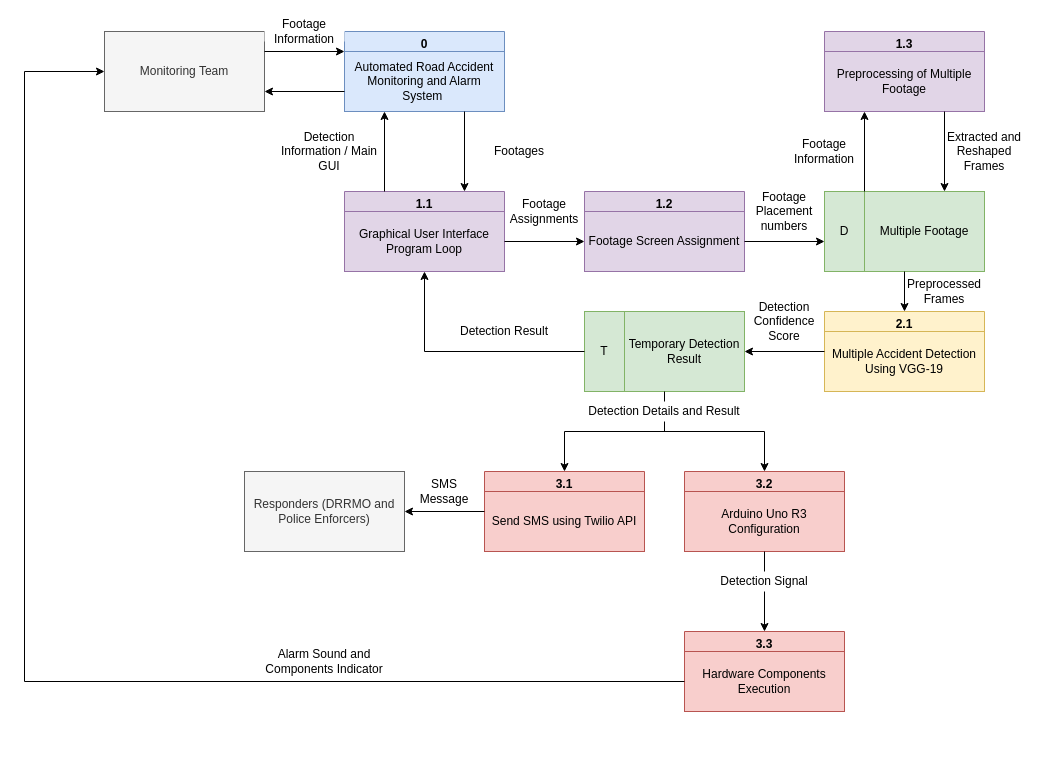
Before: page "level 1 - Des Opt 1 Chapt 3" (2 of 5) of DrawIO/dfd.drawio in russellcaragay/PD-Files, a draw.io diagram. Source tidied: cells renumbered, new cells numbered last; positions are measured from the earlier drawing's top-left corner, leaving out a move shared by most shapes. Both pictures are drawn from the tidied source at 100%, with x=0, y=0 at pixel (24, 21).
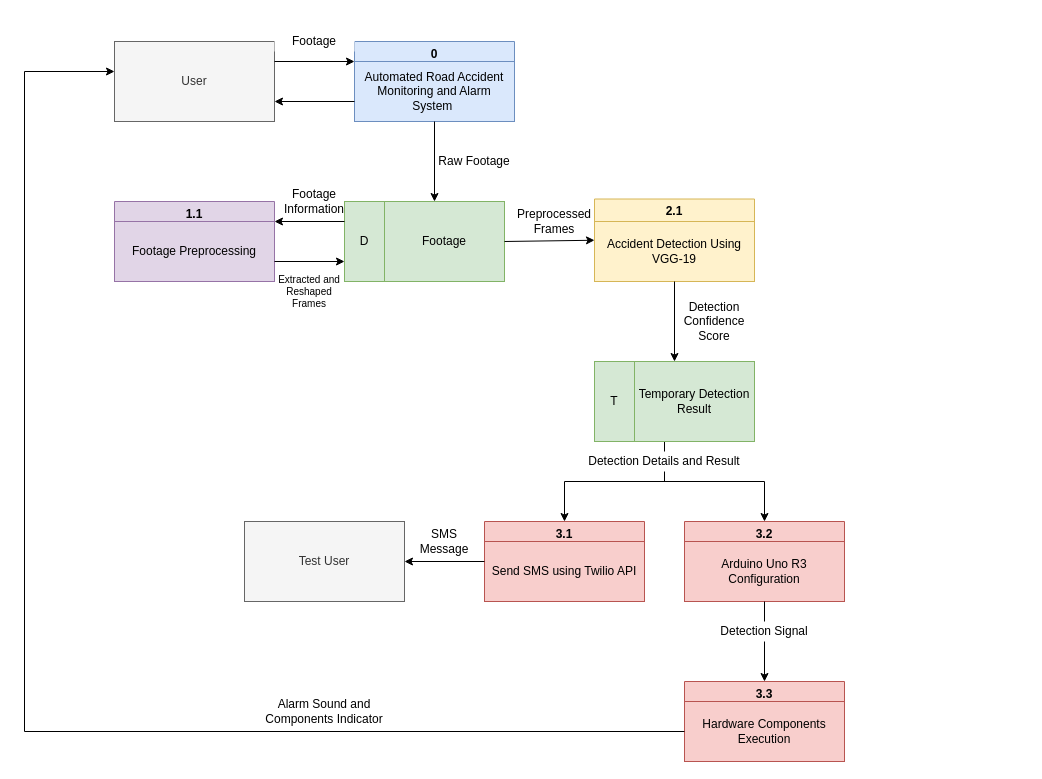
The same diagram, later.

Unchanged cells that the change refers to:
```xml
<mxCell id="15" value="Hardware Components Execution" style="text;html=1;strokeColor=#b85450;fillColor=#f8cecc;align=center;verticalAlign=middle;whiteSpace=wrap;rounded=0;" parent="14" vertex="1">
  <mxGeometry y="20" width="160" height="60" as="geometry" />
</mxCell>
```

What changed in the source:
```diff
@@
-    <mxCell id="2" value="1.1" style="swimlane;fillColor=#e1d5e7;strokeColor=#9673a6;" parent="1" vertex="1">
-      <mxGeometry x="320" y="170" width="160" height="80" as="geometry" />
-    </mxCell>
-    <mxCell id="3" value="Graphical User Interface Program Loop" style="text;html=1;strokeColor=#9673a6;fillColor=#e1d5e7;align=center;verticalAlign=middle;whiteSpace=wrap;rounded=0;" parent="2" vertex="1">
-      <mxGeometry y="20" width="160" height="60" as="geometry" />
-    </mxCell>
-    <mxCell id="4" value="1.2" style="swimlane;fillColor=#e1d5e7;strokeColor=#9673a6;" parent="1" vertex="1">
-      <mxGeometry x="560" y="170" width="160" height="80" as="geometry" />
-    </mxCell>
-    <mxCell id="5" value="Footage Screen Assignment" style="text;html=1;strokeColor=#9673a6;fillColor=#e1d5e7;align=center;verticalAlign=middle;whiteSpace=wrap;rounded=0;" parent="4" vertex="1">
-      <mxGeometry y="20" width="160" height="60" as="geometry" />
-    </mxCell>
-    <mxCell id="6" value="1.3" style="swimlane;fillColor=#e1d5e7;strokeColor=#9673a6;" parent="1" vertex="1">
-      <mxGeometry x="800" y="10" width="160" height="80" as="geometry" />
-    </mxCell>
-    <mxCell id="7" value="Preprocessing of Multiple Footage" style="text;html=1;strokeColor=#9673a6;fillColor=#e1d5e7;align=center;verticalAlign=middle;whiteSpace=wrap;rounded=0;" parent="6" vertex="1">
-      <mxGeometry y="20" width="160" height="60" as="geometry" />
-    </mxCell>
-    <mxCell id="8" value="2.1" style="swimlane;fillColor=#fff2cc;strokeColor=#d6b656;" parent="1" vertex="1">
-      <mxGeometry x="800" y="290" width="160" height="80" as="geometry" />
-    </mxCell>
-    <mxCell id="9" value="Multiple Accident Detection Using VGG-19" style="text;html=1;strokeColor=#d6b656;fillColor=#fff2cc;align=center;verticalAlign=middle;whiteSpace=wrap;rounded=0;" parent="8" vertex="1">
-      <mxGeometry y="20" width="160" height="60" as="geometry" />
-    </mxCell>
     <mxCell id="10" value="3.1" style="swimlane;fillColor=#f8cecc;strokeColor=#b85450;" parent="1" vertex="1">
-      <mxGeometry x="460" y="450" width="160" height="80" as="geometry" />
+      <mxGeometry x="460" y="500" width="160" height="80" as="geometry" />
     </mxCell>
@@
     <mxCell id="12" value="3.2" style="swimlane;fillColor=#f8cecc;strokeColor=#b85450;" parent="1" vertex="1">
-      <mxGeometry x="660" y="450" width="160" height="80" as="geometry" />
+      <mxGeometry x="660" y="500" width="160" height="80" as="geometry" />
     </mxCell>
@@
     <mxCell id="14" value="3.3" style="swimlane;fillColor=#f8cecc;strokeColor=#b85450;" parent="1" vertex="1">
-      <mxGeometry x="660" y="610" width="160" height="80" as="geometry" />
+      <mxGeometry x="660" y="660" width="160" height="80" as="geometry" />
     </mxCell>
@@
-    <mxCell id="16" value="Footage Assignments" style="text;html=1;strokeColor=none;fillColor=none;align=center;verticalAlign=middle;whiteSpace=wrap;rounded=0;" parent="1" vertex="1">
-      <mxGeometry x="480" y="180" width="80" height="20" as="geometry" />
-    </mxCell>
-    <mxCell id="17" style="endArrow=classic;html=1;entryX=0;entryY=0.5;entryDx=0;entryDy=0;exitX=1;exitY=0.5;exitDx=0;exitDy=0;" parent="1" edge="1" source="3" target="5">
-      <mxGeometry relative="1" as="geometry" />
-    </mxCell>
-    <mxCell id="18" value="Monitoring Team" style="rounded=0;whiteSpace=wrap;html=1;fillColor=#f5f5f5;strokeColor=#666666;fontColor=#333333;" parent="1" vertex="1">
-      <mxGeometry x="80" y="10" width="160" height="80" as="geometry" />
-    </mxCell>
-    <mxCell id="19" value="Footages" style="text;html=1;strokeColor=none;align=center;verticalAlign=middle;whiteSpace=wrap;rounded=0;fillColor=#ffffff;" parent="1" vertex="1">
-      <mxGeometry x="450" y="120" width="90" height="20" as="geometry" />
-    </mxCell>
-    <mxCell id="20" value="Detection Information / Main GUI" style="text;html=1;strokeColor=none;align=center;verticalAlign=middle;whiteSpace=wrap;rounded=0;fillColor=#ffffff;" parent="1" vertex="1">
-      <mxGeometry x="250" y="120" width="110" height="20" as="geometry" />
-    </mxCell>
-    <mxCell id="21" style="rounded=0;whiteSpace=wrap;html=1;" parent="1" vertex="1">
-      <mxGeometry x="800" y="170" width="160" height="80" as="geometry" />
-    </mxCell>
-    <mxCell id="22" style="endArrow=none;html=1;entryX=0.25;entryY=0;entryDx=0;entryDy=0;exitX=0.25;exitY=1;exitDx=0;exitDy=0;" parent="1" edge="1" source="21" target="21">
-      <mxGeometry relative="1" as="geometry" />
-    </mxCell>
-    <mxCell id="23" value="Multiple Footage" style="text;html=1;strokeColor=#82b366;fillColor=#d5e8d4;align=center;verticalAlign=middle;whiteSpace=wrap;rounded=0;" parent="1" vertex="1">
-      <mxGeometry x="840" y="170" width="120" height="80" as="geometry" />
-    </mxCell>
-    <mxCell id="24" value="D" style="text;html=1;strokeColor=#82b366;fillColor=#d5e8d4;align=center;verticalAlign=middle;whiteSpace=wrap;rounded=0;" parent="1" vertex="1">
-      <mxGeometry x="800" y="170" width="40" height="80" as="geometry" />
-    </mxCell>
-    <mxCell id="25" value="Footage Placement numbers" style="text;html=1;strokeColor=none;fillColor=none;align=center;verticalAlign=middle;whiteSpace=wrap;rounded=0;" parent="1" vertex="1">
-      <mxGeometry x="720" y="180" width="80" height="20" as="geometry" />
-    </mxCell>
-    <mxCell id="26" style="endArrow=classic;html=1;entryX=0;entryY=0.5;entryDx=0;entryDy=0;exitX=1;exitY=0.5;exitDx=0;exitDy=0;" parent="1" edge="1">
-      <mxGeometry relative="1" as="geometry">
-        <mxPoint x="720" y="220" as="sourcePoint" />
-        <mxPoint x="800" y="220" as="targetPoint" />
-      </mxGeometry>
-    </mxCell>
-    <mxCell id="27" style="endArrow=classic;html=1;entryX=0.25;entryY=1;entryDx=0;entryDy=0;exitX=0.25;exitY=0;exitDx=0;exitDy=0;" parent="1" edge="1" source="21" target="6">
-      <mxGeometry relative="1" as="geometry" />
-    </mxCell>
-    <mxCell id="28" style="endArrow=classic;html=1;exitX=0.75;exitY=1;exitDx=0;exitDy=0;entryX=0.75;entryY=0;entryDx=0;entryDy=0;" parent="1" edge="1" source="6" target="21">
-      <mxGeometry relative="1" as="geometry" />
-    </mxCell>
-    <mxCell id="29" value="Footage Information" style="text;html=1;strokeColor=none;fillColor=none;align=center;verticalAlign=middle;whiteSpace=wrap;rounded=0;" parent="1" vertex="1">
-      <mxGeometry x="760" y="120" width="80" height="20" as="geometry" />
-    </mxCell>
-    <mxCell id="30" style="endArrow=classic;html=1;entryX=0.5;entryY=0;entryDx=0;entryDy=0;exitX=0.5;exitY=1;exitDx=0;exitDy=0;" parent="1" edge="1" source="21" target="8">
-      <mxGeometry relative="1" as="geometry" />
-    </mxCell>
-    <mxCell id="31" value="Preprocessed Frames" style="text;html=1;strokeColor=none;fillColor=none;align=center;verticalAlign=middle;whiteSpace=wrap;rounded=0;" parent="1" vertex="1">
-      <mxGeometry x="880" y="260" width="80" height="20" as="geometry" />
-    </mxCell>
-    <mxCell id="32" value="Extracted and Reshaped Frames" style="text;html=1;strokeColor=none;fillColor=none;align=center;verticalAlign=middle;whiteSpace=wrap;rounded=0;" parent="1" vertex="1">
-      <mxGeometry x="920" y="120" width="80" height="20" as="geometry" />
-    </mxCell>
-    <mxCell id="33" style="rounded=0;whiteSpace=wrap;html=1;" parent="1" vertex="1">
-      <mxGeometry x="560" y="290" width="160" height="80" as="geometry" />
-    </mxCell>
-    <mxCell id="34" style="endArrow=none;html=1;entryX=0.25;entryY=0;entryDx=0;entryDy=0;exitX=0.25;exitY=1;exitDx=0;exitDy=0;" parent="1" edge="1" source="33" target="33">
-      <mxGeometry relative="1" as="geometry" />
-    </mxCell>
-    <mxCell id="35" value="Temporary Detection Result" style="text;html=1;strokeColor=#82b366;fillColor=#d5e8d4;align=center;verticalAlign=middle;whiteSpace=wrap;rounded=0;" parent="1" vertex="1">
-      <mxGeometry x="600" y="290" width="120" height="80" as="geometry" />
-    </mxCell>
-    <mxCell id="36" value="T" style="text;html=1;strokeColor=#82b366;fillColor=#d5e8d4;align=center;verticalAlign=middle;whiteSpace=wrap;rounded=0;" parent="1" vertex="1">
-      <mxGeometry x="560" y="290" width="40" height="80" as="geometry" />
-    </mxCell>
-    <mxCell id="37" style="endArrow=classic;html=1;entryX=1;entryY=0.5;entryDx=0;entryDy=0;exitX=0;exitY=0.5;exitDx=0;exitDy=0;" parent="1" edge="1" source="8" target="35">
-      <mxGeometry relative="1" as="geometry" />
-    </mxCell>
-    <mxCell id="38" value="Detection Confidence Score" style="text;html=1;strokeColor=none;fillColor=none;align=center;verticalAlign=middle;whiteSpace=wrap;rounded=0;" parent="1" vertex="1">
-      <mxGeometry x="720" y="290" width="80" height="20" as="geometry" />
-    </mxCell>
-    <mxCell id="39" style="endArrow=classic;html=1;entryX=0.5;entryY=1;entryDx=0;entryDy=0;exitX=0;exitY=0.5;exitDx=0;exitDy=0;rounded=0;" parent="1" edge="1" source="36" target="2">
-      <mxGeometry relative="1" as="geometry">
-        <Array as="points">
-          <mxPoint x="400" y="330" />
-        </Array>
-      </mxGeometry>
-    </mxCell>
-    <mxCell id="40" value="Detection Result" style="text;html=1;strokeColor=none;fillColor=none;align=center;verticalAlign=middle;whiteSpace=wrap;rounded=0;" parent="1" vertex="1">
-      <mxGeometry x="400" y="300" width="160" height="20" as="geometry" />
-    </mxCell>
-    <mxCell id="41" style="endArrow=none;html=1;entryX=0.5;entryY=1;entryDx=0;entryDy=0;" parent="1" edge="1" target="33">
+    <mxCell id="41" style="endArrow=none;html=1;entryX=0.5;entryY=1;entryDx=0;entryDy=0;" parent="1" edge="1">
       <mxGeometry relative="1" as="geometry">
-        <mxPoint x="640" y="410" as="sourcePoint" />
+        <mxPoint x="640" y="460" as="sourcePoint" />
+        <mxPoint x="640" y="420" as="targetPoint" />
       </mxGeometry>
     </mxCell>
     <mxCell id="42" style="endArrow=none;html=1;" parent="1" edge="1">
       <mxGeometry relative="1" as="geometry">
-        <mxPoint x="540" y="410" as="sourcePoint" />
-        <mxPoint x="740" y="410" as="targetPoint" />
+        <mxPoint x="540" y="460" as="sourcePoint" />
+        <mxPoint x="740" y="460" as="targetPoint" />
       </mxGeometry>
     </mxCell>
     <mxCell id="43" style="endArrow=classic;html=1;entryX=0.5;entryY=0;entryDx=0;entryDy=0;" parent="1" edge="1" target="12">
       <mxGeometry relative="1" as="geometry">
-        <mxPoint x="740" y="410" as="sourcePoint" />
+        <mxPoint x="740" y="460" as="sourcePoint" />
       </mxGeometry>
     </mxCell>
     <mxCell id="44" style="endArrow=classic;html=1;entryX=0.5;entryY=0;entryDx=0;entryDy=0;" parent="1" edge="1" target="10">
       <mxGeometry relative="1" as="geometry">
-        <mxPoint x="540" y="410" as="sourcePoint" />
+        <mxPoint x="540" y="460" as="sourcePoint" />
       </mxGeometry>
     </mxCell>
-    <mxCell id="45" style="endArrow=classic;html=1;entryX=0;entryY=0.5;entryDx=0;entryDy=0;exitX=0;exitY=0.5;exitDx=0;exitDy=0;rounded=0;" parent="1" edge="1" source="15" target="18">
+    <mxCell id="45" style="endArrow=classic;html=1;entryX=0;entryY=0.375;entryDx=0;entryDy=0;exitX=0;exitY=0.5;exitDx=0;exitDy=0;rounded=0;entryPerimeter=0;" parent="1" edge="1" source="15" target="63">
       <mxGeometry relative="1" as="geometry">
         <Array as="points">
-          <mxPoint y="660" />
+          <mxPoint y="710" />
           <mxPoint y="50" />
         </Array>
       </mxGeometry>
     </mxCell>
-    <mxCell id="46" value="0" style="swimlane;fillColor=#dae8fc;strokeColor=#6c8ebf;" parent="1" vertex="1">
-      <mxGeometry x="320" y="10" width="160" height="80" as="geometry" />
-    </mxCell>
-    <mxCell id="47" value="Automated Road Accident Monitoring and Alarm System&amp;nbsp;" style="text;html=1;strokeColor=#6c8ebf;fillColor=#dae8fc;align=center;verticalAlign=middle;whiteSpace=wrap;rounded=0;" parent="46" vertex="1">
-      <mxGeometry y="20" width="160" height="60" as="geometry" />
-    </mxCell>
-    <mxCell id="48" style="endArrow=classic;html=1;entryX=0.25;entryY=1;entryDx=0;entryDy=0;exitX=0.25;exitY=0;exitDx=0;exitDy=0;" parent="1" edge="1" source="2" target="46">
-      <mxGeometry relative="1" as="geometry" />
-    </mxCell>
-    <mxCell id="49" style="endArrow=classic;html=1;exitX=0.75;exitY=1;exitDx=0;exitDy=0;entryX=0.75;entryY=0;entryDx=0;entryDy=0;" parent="1" edge="1" source="46" target="2">
-      <mxGeometry relative="1" as="geometry" />
-    </mxCell>
-    <mxCell id="50" style="endArrow=classic;html=1;exitX=1;exitY=0.25;exitDx=0;exitDy=0;entryX=0;entryY=0;entryDx=0;entryDy=0;" parent="1" edge="1" source="18" target="47">
-      <mxGeometry relative="1" as="geometry" />
-    </mxCell>
-    <mxCell id="51" style="endArrow=classic;html=1;entryX=1;entryY=0.75;entryDx=0;entryDy=0;exitX=0;exitY=0.75;exitDx=0;exitDy=0;" parent="1" edge="1" source="46" target="18">
-      <mxGeometry relative="1" as="geometry" />
-    </mxCell>
-    <mxCell id="52" value="Footage Information" style="text;html=1;strokeColor=none;align=center;verticalAlign=middle;whiteSpace=wrap;rounded=0;fillColor=#ffffff;" parent="1" vertex="1">
-      <mxGeometry x="240" width="80" height="20" as="geometry" />
-    </mxCell>
@@
-    <mxCell id="54" value="Responders (DRRMO and Police Enforcers)" style="rounded=0;whiteSpace=wrap;html=1;fillColor=#f5f5f5;strokeColor=#666666;fontColor=#333333;" parent="1" vertex="1">
-      <mxGeometry x="220" y="450" width="160" height="80" as="geometry" />
+    <mxCell id="54" value="Test User" style="rounded=0;whiteSpace=wrap;html=1;fillColor=#f5f5f5;strokeColor=#666666;fontColor=#333333;" parent="1" vertex="1">
+      <mxGeometry x="220" y="500" width="160" height="80" as="geometry" />
     </mxCell>
@@
     <mxCell id="56" value="Detection Details and Result" style="text;html=1;strokeColor=none;align=center;verticalAlign=middle;whiteSpace=wrap;rounded=0;fillColor=#ffffff;" parent="1" vertex="1">
-      <mxGeometry x="560" y="380" width="160" height="20" as="geometry" />
+      <mxGeometry x="560" y="430" width="160" height="20" as="geometry" />
     </mxCell>
     <mxCell id="57" value="Detection Signal" style="text;html=1;strokeColor=none;align=center;verticalAlign=middle;whiteSpace=wrap;rounded=0;fillColor=#ffffff;" parent="1" vertex="1">
-      <mxGeometry x="680" y="550" width="120" height="20" as="geometry" />
+      <mxGeometry x="680" y="600" width="120" height="20" as="geometry" />
     </mxCell>
     <mxCell id="58" value="SMS Message" style="text;html=1;strokeColor=none;fillColor=none;align=center;verticalAlign=middle;whiteSpace=wrap;rounded=0;" parent="1" vertex="1">
-      <mxGeometry x="380" y="460" width="80" height="20" as="geometry" />
+      <mxGeometry x="380" y="510" width="80" height="20" as="geometry" />
     </mxCell>
     <mxCell id="59" value="Alarm Sound and Components Indicator" style="text;html=1;strokeColor=none;align=center;verticalAlign=middle;whiteSpace=wrap;rounded=0;fillColor=#ffffff;" parent="1" vertex="1">
-      <mxGeometry x="220" y="630" width="160" height="20" as="geometry" />
+      <mxGeometry x="220" y="680" width="160" height="20" as="geometry" />
     </mxCell>
+    <mxCell id="2" value="1.1" style="swimlane;fillColor=#e1d5e7;strokeColor=#9673a6;" parent="1" vertex="1">
+      <mxGeometry x="90" y="180" width="160" height="80" as="geometry" />
+    </mxCell>
+    <mxCell id="60" value="Footage Preprocessing" style="text;html=1;strokeColor=#9673a6;fillColor=#e1d5e7;align=center;verticalAlign=middle;whiteSpace=wrap;rounded=0;" parent="2" vertex="1">
+      <mxGeometry y="20" width="160" height="60" as="geometry" />
+    </mxCell>
+    <mxCell id="8" value="2.1" style="swimlane;fillColor=#fff2cc;strokeColor=#d6b656;" parent="1" vertex="1">
+      <mxGeometry x="570" y="177.5" width="160" height="82.5" as="geometry" />
+    </mxCell>
+    <mxCell id="61" value="Accident Detection Using VGG-19" style="text;html=1;strokeColor=#d6b656;fillColor=#fff2cc;align=center;verticalAlign=middle;whiteSpace=wrap;rounded=0;" parent="8" vertex="1">
+      <mxGeometry y="22.5" width="160" height="60" as="geometry" />
+    </mxCell>
+    <mxCell id="62" value="Raw Footage" style="text;html=1;strokeColor=none;fillColor=none;align=center;verticalAlign=middle;whiteSpace=wrap;rounded=0;" parent="1" vertex="1">
+      <mxGeometry x="410" y="130" width="80" height="20" as="geometry" />
+    </mxCell>
+    <mxCell id="63" value="User" style="rounded=0;whiteSpace=wrap;html=1;fillColor=#f5f5f5;strokeColor=#666666;fontColor=#333333;" parent="1" vertex="1">
+      <mxGeometry x="90" y="20" width="160" height="80" as="geometry" />
+    </mxCell>
+    <mxCell id="64" style="rounded=0;whiteSpace=wrap;html=1;" parent="1" vertex="1">
+      <mxGeometry x="320" y="180" width="160" height="80" as="geometry" />
+    </mxCell>
+    <mxCell id="65" style="endArrow=none;html=1;entryX=0.25;entryY=0;entryDx=0;entryDy=0;exitX=0.25;exitY=1;exitDx=0;exitDy=0;" parent="1" edge="1" source="64" target="64">
+      <mxGeometry relative="1" as="geometry" />
+    </mxCell>
+    <mxCell id="66" value="Footage" style="text;html=1;strokeColor=#82b366;fillColor=#d5e8d4;align=center;verticalAlign=middle;whiteSpace=wrap;rounded=0;" parent="1" vertex="1">
+      <mxGeometry x="360" y="180" width="120" height="80" as="geometry" />
+    </mxCell>
+    <mxCell id="24" value="D" style="text;html=1;strokeColor=#82b366;fillColor=#d5e8d4;align=center;verticalAlign=middle;whiteSpace=wrap;rounded=0;" parent="1" vertex="1">
+      <mxGeometry x="320" y="180" width="40" height="80" as="geometry" />
+    </mxCell>
+    <mxCell id="29" value="Footage Information" style="text;html=1;strokeColor=none;fillColor=none;align=center;verticalAlign=middle;whiteSpace=wrap;rounded=0;" parent="1" vertex="1">
+      <mxGeometry x="250" y="170" width="80" height="20" as="geometry" />
+    </mxCell>
+    <mxCell id="31" value="Preprocessed Frames" style="text;html=1;strokeColor=none;fillColor=none;align=center;verticalAlign=middle;whiteSpace=wrap;rounded=0;" parent="1" vertex="1">
+      <mxGeometry x="490" y="190" width="80" height="20" as="geometry" />
+    </mxCell>
+    <mxCell id="32" value="Extracted and Reshaped Frames" style="text;html=1;strokeColor=none;fillColor=none;align=center;verticalAlign=middle;whiteSpace=wrap;rounded=0;fontSize=10;" parent="1" vertex="1">
+      <mxGeometry x="250" y="250" width="70" height="40" as="geometry" />
+    </mxCell>
+    <mxCell id="67" style="rounded=0;whiteSpace=wrap;html=1;" parent="1" vertex="1">
+      <mxGeometry x="570" y="340" width="160" height="80" as="geometry" />
+    </mxCell>
+    <mxCell id="68" style="endArrow=none;html=1;entryX=0.25;entryY=0;entryDx=0;entryDy=0;exitX=0.25;exitY=1;exitDx=0;exitDy=0;" parent="1" edge="1" source="67" target="67">
+      <mxGeometry relative="1" as="geometry" />
+    </mxCell>
+    <mxCell id="35" value="Temporary Detection Result" style="text;html=1;strokeColor=#82b366;fillColor=#d5e8d4;align=center;verticalAlign=middle;whiteSpace=wrap;rounded=0;" parent="1" vertex="1">
+      <mxGeometry x="610" y="340" width="120" height="80" as="geometry" />
+    </mxCell>
+    <mxCell id="36" value="T" style="text;html=1;strokeColor=#82b366;fillColor=#d5e8d4;align=center;verticalAlign=middle;whiteSpace=wrap;rounded=0;" parent="1" vertex="1">
+      <mxGeometry x="570" y="340" width="40" height="80" as="geometry" />
+    </mxCell>
+    <mxCell id="38" value="Detection Confidence Score" style="text;html=1;strokeColor=none;fillColor=none;align=center;verticalAlign=middle;whiteSpace=wrap;rounded=0;" parent="1" vertex="1">
+      <mxGeometry x="650" y="290" width="80" height="20" as="geometry" />
+    </mxCell>
+    <mxCell id="46" value="0" style="swimlane;fillColor=#dae8fc;strokeColor=#6c8ebf;" parent="1" vertex="1">
+      <mxGeometry x="330" y="20" width="160" height="80" as="geometry" />
+    </mxCell>
+    <mxCell id="47" value="Automated Road Accident Monitoring and Alarm System&amp;nbsp;" style="text;html=1;strokeColor=#6c8ebf;fillColor=#dae8fc;align=center;verticalAlign=middle;whiteSpace=wrap;rounded=0;" parent="46" vertex="1">
+      <mxGeometry y="20" width="160" height="60" as="geometry" />
+    </mxCell>
+    <mxCell id="69" style="endArrow=classic;html=1;exitX=0.5;exitY=1;exitDx=0;exitDy=0;" parent="1" edge="1" source="47">
+      <mxGeometry relative="1" as="geometry">
+        <mxPoint x="410" y="180" as="targetPoint" />
+      </mxGeometry>
+    </mxCell>
+    <mxCell id="70" style="endArrow=classic;html=1;exitX=1;exitY=0.25;exitDx=0;exitDy=0;entryX=0;entryY=0;entryDx=0;entryDy=0;" parent="1" edge="1" source="63" target="47">
+      <mxGeometry relative="1" as="geometry" />
+    </mxCell>
+    <mxCell id="71" style="endArrow=classic;html=1;entryX=1;entryY=0.75;entryDx=0;entryDy=0;exitX=0;exitY=0.75;exitDx=0;exitDy=0;" parent="1" edge="1" source="46" target="63">
+      <mxGeometry relative="1" as="geometry" />
+    </mxCell>
+    <mxCell id="72" value="Footage" style="text;html=1;strokeColor=none;align=center;verticalAlign=middle;whiteSpace=wrap;rounded=0;fillColor=#ffffff;" parent="1" vertex="1">
+      <mxGeometry x="250" y="10" width="80" height="20" as="geometry" />
+    </mxCell>
+    <mxCell id="73" style="endArrow=classic;html=1;exitX=1;exitY=0.5;exitDx=0;exitDy=0;entryX=0;entryY=0.5;entryDx=0;entryDy=0;" parent="1" edge="1" source="66" target="8">
+      <mxGeometry relative="1" as="geometry" />
+    </mxCell>
+    <mxCell id="74" style="endArrow=classic;html=1;entryX=0.5;entryY=0;entryDx=0;entryDy=0;exitX=0.5;exitY=1;exitDx=0;exitDy=0;" parent="1" edge="1" source="61" target="67">
+      <mxGeometry relative="1" as="geometry" />
+    </mxCell>
+    <mxCell id="75" style="endArrow=classic;html=1;entryX=1;entryY=0.25;entryDx=0;entryDy=0;exitX=0;exitY=0.25;exitDx=0;exitDy=0;" parent="1" edge="1" source="24" target="2">
+      <mxGeometry relative="1" as="geometry" />
+    </mxCell>
+    <mxCell id="76" style="endArrow=classic;html=1;entryX=0;entryY=0.75;entryDx=0;entryDy=0;exitX=1;exitY=0.75;exitDx=0;exitDy=0;" parent="1" edge="1" source="2" target="24">
+      <mxGeometry relative="1" as="geometry" />
+    </mxCell>
```
